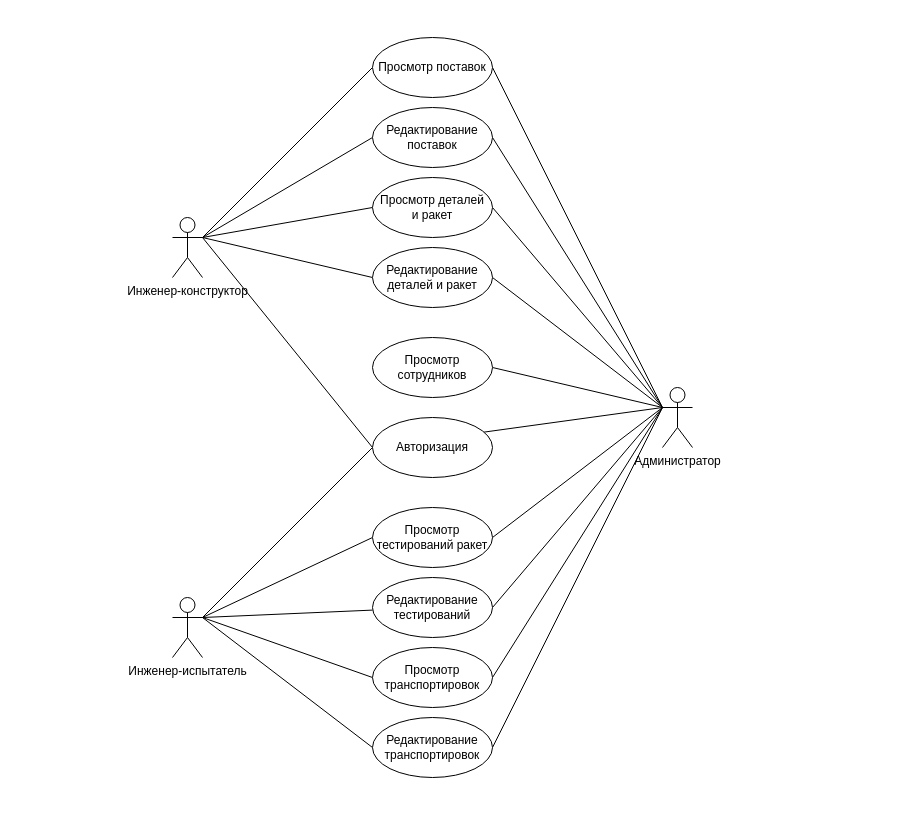
The draw.io diagram Схемы/UML-диаграмма.drawio in drmkrv/Zavod, before the edit. Source tidied: cells renumbered, new cells numbered last; positions are measured from the earlier drawing's top-left corner, leaving out a move shared by most shapes. Both pictures are drawn from the tidied source at 100%, with x=0, y=0 at pixel (172, 37).
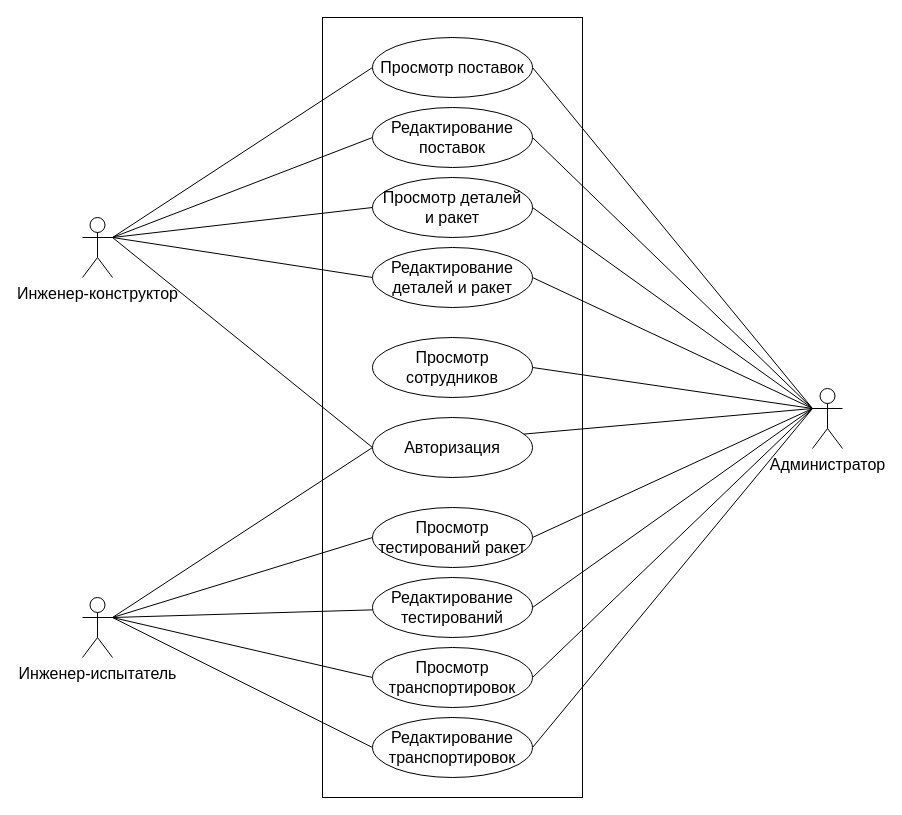
Above is the later version.

Diff of the diagram source:
```diff
@@
+    <mxCell id="35" style="rounded=0;whiteSpace=wrap;html=1;" parent="1" vertex="1">
+      <mxGeometry x="150" y="-20" width="260" height="780" as="geometry" />
+    </mxCell>
-    <mxCell id="2" style="rounded=0;jettySize=auto;html=1;exitX=0;exitY=0.3333333333333333;exitDx=0;exitDy=0;exitPerimeter=0;entryX=0;entryY=0.5;entryDx=0;entryDy=0;endArrow=none;startFill=0;" parent="1" edge="1" source="12" target="25">
+    <mxCell id="2" style="rounded=0;jettySize=auto;html=1;exitX=0;exitY=0.3333333333333333;exitDx=0;exitDy=0;exitPerimeter=0;entryX=0;entryY=0.5;entryDx=0;entryDy=0;endArrow=none;startFill=0;fontSize=16;" parent="1" edge="1" source="12" target="25">
       <mxGeometry relative="1" as="geometry" />
     </mxCell>
-    <mxCell id="3" style="rounded=0;jettySize=auto;html=1;exitX=0;exitY=0.3333333333333333;exitDx=0;exitDy=0;exitPerimeter=0;entryX=1;entryY=0.5;entryDx=0;entryDy=0;endArrow=none;startFill=0;" parent="1" edge="1" source="12" target="26">
+    <mxCell id="3" style="rounded=0;jettySize=auto;html=1;exitX=0;exitY=0.3333333333333333;exitDx=0;exitDy=0;exitPerimeter=0;entryX=1;entryY=0.5;entryDx=0;entryDy=0;endArrow=none;startFill=0;fontSize=16;" parent="1" edge="1" source="12" target="26">
       <mxGeometry relative="1" as="geometry" />
     </mxCell>
-    <mxCell id="4" style="rounded=0;jettySize=auto;html=1;exitX=0;exitY=0.3333333333333333;exitDx=0;exitDy=0;exitPerimeter=0;entryX=1;entryY=0.5;entryDx=0;entryDy=0;endArrow=none;startFill=0;" parent="1" edge="1" source="12" target="27">
+    <mxCell id="4" style="rounded=0;jettySize=auto;html=1;exitX=0;exitY=0.3333333333333333;exitDx=0;exitDy=0;exitPerimeter=0;entryX=1;entryY=0.5;entryDx=0;entryDy=0;endArrow=none;startFill=0;fontSize=16;" parent="1" edge="1" source="12" target="27">
       <mxGeometry relative="1" as="geometry" />
     </mxCell>
-    <mxCell id="5" style="rounded=0;jettySize=auto;html=1;exitX=0;exitY=0.3333333333333333;exitDx=0;exitDy=0;exitPerimeter=0;entryX=1;entryY=0.5;entryDx=0;entryDy=0;endArrow=none;startFill=0;" parent="1" edge="1" source="12" target="28">
+    <mxCell id="5" style="rounded=0;jettySize=auto;html=1;exitX=0;exitY=0.3333333333333333;exitDx=0;exitDy=0;exitPerimeter=0;entryX=1;entryY=0.5;entryDx=0;entryDy=0;endArrow=none;startFill=0;fontSize=16;" parent="1" edge="1" source="12" target="28">
       <mxGeometry relative="1" as="geometry" />
     </mxCell>
-    <mxCell id="6" style="rounded=0;jettySize=auto;html=1;exitX=0;exitY=0.3333333333333333;exitDx=0;exitDy=0;exitPerimeter=0;entryX=1;entryY=0.5;entryDx=0;entryDy=0;endArrow=none;startFill=0;" parent="1" edge="1" source="12" target="29">
+    <mxCell id="6" style="rounded=0;jettySize=auto;html=1;exitX=0;exitY=0.3333333333333333;exitDx=0;exitDy=0;exitPerimeter=0;entryX=1;entryY=0.5;entryDx=0;entryDy=0;endArrow=none;startFill=0;fontSize=16;" parent="1" edge="1" source="12" target="29">
       <mxGeometry relative="1" as="geometry" />
     </mxCell>
-    <mxCell id="7" style="rounded=0;jettySize=auto;html=1;exitX=0;exitY=0.3333333333333333;exitDx=0;exitDy=0;exitPerimeter=0;entryX=1;entryY=0.5;entryDx=0;entryDy=0;endArrow=none;startFill=0;" parent="1" edge="1" source="12" target="30">
+    <mxCell id="7" style="rounded=0;jettySize=auto;html=1;exitX=0;exitY=0.3333333333333333;exitDx=0;exitDy=0;exitPerimeter=0;entryX=1;entryY=0.5;entryDx=0;entryDy=0;endArrow=none;startFill=0;fontSize=16;" parent="1" edge="1" source="12" target="30">
       <mxGeometry relative="1" as="geometry" />
     </mxCell>
-    <mxCell id="8" style="rounded=0;jettySize=auto;html=1;exitX=0;exitY=0.3333333333333333;exitDx=0;exitDy=0;exitPerimeter=0;entryX=1;entryY=0.5;entryDx=0;entryDy=0;endArrow=none;startFill=0;" parent="1" edge="1" source="12" target="31">
+    <mxCell id="8" style="rounded=0;jettySize=auto;html=1;exitX=0;exitY=0.3333333333333333;exitDx=0;exitDy=0;exitPerimeter=0;entryX=1;entryY=0.5;entryDx=0;entryDy=0;endArrow=none;startFill=0;fontSize=16;" parent="1" edge="1" source="12" target="31">
       <mxGeometry relative="1" as="geometry" />
     </mxCell>
-    <mxCell id="9" style="rounded=0;jettySize=auto;html=1;exitX=0;exitY=0.3333333333333333;exitDx=0;exitDy=0;exitPerimeter=0;entryX=1;entryY=0.5;entryDx=0;entryDy=0;endArrow=none;startFill=0;" parent="1" edge="1" source="12" target="32">
+    <mxCell id="9" style="rounded=0;jettySize=auto;html=1;exitX=0;exitY=0.3333333333333333;exitDx=0;exitDy=0;exitPerimeter=0;entryX=1;entryY=0.5;entryDx=0;entryDy=0;endArrow=none;startFill=0;fontSize=16;" parent="1" edge="1" source="12" target="32">
       <mxGeometry relative="1" as="geometry" />
     </mxCell>
-    <mxCell id="10" style="rounded=0;jettySize=auto;html=1;exitX=0;exitY=0.3333333333333333;exitDx=0;exitDy=0;exitPerimeter=0;entryX=1;entryY=0.5;entryDx=0;entryDy=0;endArrow=none;startFill=0;" parent="1" edge="1" source="12" target="33">
+    <mxCell id="10" style="rounded=0;jettySize=auto;html=1;exitX=0;exitY=0.3333333333333333;exitDx=0;exitDy=0;exitPerimeter=0;entryX=1;entryY=0.5;entryDx=0;entryDy=0;endArrow=none;startFill=0;fontSize=16;" parent="1" edge="1" source="12" target="33">
       <mxGeometry relative="1" as="geometry" />
     </mxCell>
-    <mxCell id="11" style="rounded=0;jettySize=auto;html=1;exitX=0;exitY=0.3333333333333333;exitDx=0;exitDy=0;exitPerimeter=0;entryX=1;entryY=0.5;entryDx=0;entryDy=0;endArrow=none;startFill=0;" parent="1" edge="1" source="12" target="34">
+    <mxCell id="11" style="rounded=0;jettySize=auto;html=1;exitX=0;exitY=0.3333333333333333;exitDx=0;exitDy=0;exitPerimeter=0;entryX=1;entryY=0.5;entryDx=0;entryDy=0;endArrow=none;startFill=0;fontSize=16;" parent="1" edge="1" source="12" target="34">
       <mxGeometry relative="1" as="geometry" />
     </mxCell>
-    <mxCell id="12" value="Администратор" style="shape=umlActor;verticalLabelPosition=bottom;verticalAlign=top;html=1;outlineConnect=0;" parent="1" vertex="1">
-      <mxGeometry x="490" y="350" width="30" height="60" as="geometry" />
+    <mxCell id="12" value="Администратор" style="shape=umlActor;verticalLabelPosition=bottom;verticalAlign=top;html=1;outlineConnect=0;fontSize=16;" parent="1" vertex="1">
+      <mxGeometry x="640" y="351" width="30" height="60" as="geometry" />
     </mxCell>
-    <mxCell id="13" style="rounded=0;jettySize=auto;html=1;exitX=1;exitY=0.3333333333333333;exitDx=0;exitDy=0;exitPerimeter=0;entryX=0;entryY=0.5;entryDx=0;entryDy=0;endArrow=none;startFill=0;" parent="1" edge="1" source="18" target="25">
+    <mxCell id="13" style="rounded=0;jettySize=auto;html=1;exitX=1;exitY=0.3333333333333333;exitDx=0;exitDy=0;exitPerimeter=0;entryX=0;entryY=0.5;entryDx=0;entryDy=0;endArrow=none;startFill=0;fontSize=16;" parent="1" edge="1" source="18" target="25">
       <mxGeometry relative="1" as="geometry" />
     </mxCell>
-    <mxCell id="14" style="rounded=0;jettySize=auto;html=1;exitX=1;exitY=0.3333333333333333;exitDx=0;exitDy=0;exitPerimeter=0;entryX=0;entryY=0.5;entryDx=0;entryDy=0;endArrow=none;startFill=0;" parent="1" edge="1" source="18" target="26">
+    <mxCell id="14" style="rounded=0;jettySize=auto;html=1;exitX=1;exitY=0.3333333333333333;exitDx=0;exitDy=0;exitPerimeter=0;entryX=0;entryY=0.5;entryDx=0;entryDy=0;endArrow=none;startFill=0;fontSize=16;" parent="1" edge="1" source="18" target="26">
       <mxGeometry relative="1" as="geometry" />
     </mxCell>
-    <mxCell id="15" style="rounded=0;jettySize=auto;html=1;exitX=1;exitY=0.3333333333333333;exitDx=0;exitDy=0;exitPerimeter=0;entryX=0;entryY=0.5;entryDx=0;entryDy=0;endArrow=none;startFill=0;" parent="1" edge="1" source="18" target="27">
+    <mxCell id="15" style="rounded=0;jettySize=auto;html=1;exitX=1;exitY=0.3333333333333333;exitDx=0;exitDy=0;exitPerimeter=0;entryX=0;entryY=0.5;entryDx=0;entryDy=0;endArrow=none;startFill=0;fontSize=16;" parent="1" edge="1" source="18" target="27">
       <mxGeometry relative="1" as="geometry" />
     </mxCell>
-    <mxCell id="16" style="rounded=0;jettySize=auto;html=1;exitX=1;exitY=0.3333333333333333;exitDx=0;exitDy=0;exitPerimeter=0;entryX=0;entryY=0.5;entryDx=0;entryDy=0;endArrow=none;startFill=0;" parent="1" edge="1" source="18" target="33">
+    <mxCell id="16" style="rounded=0;jettySize=auto;html=1;exitX=1;exitY=0.3333333333333333;exitDx=0;exitDy=0;exitPerimeter=0;entryX=0;entryY=0.5;entryDx=0;entryDy=0;endArrow=none;startFill=0;fontSize=16;" parent="1" edge="1" source="18" target="33">
       <mxGeometry relative="1" as="geometry" />
     </mxCell>
-    <mxCell id="17" style="rounded=0;jettySize=auto;html=1;exitX=1;exitY=0.3333333333333333;exitDx=0;exitDy=0;exitPerimeter=0;entryX=0;entryY=0.5;entryDx=0;entryDy=0;endArrow=none;startFill=0;" parent="1" edge="1" source="18" target="32">
+    <mxCell id="17" style="rounded=0;jettySize=auto;html=1;exitX=1;exitY=0.3333333333333333;exitDx=0;exitDy=0;exitPerimeter=0;entryX=0;entryY=0.5;entryDx=0;entryDy=0;endArrow=none;startFill=0;fontSize=16;" parent="1" edge="1" source="18" target="32">
       <mxGeometry relative="1" as="geometry" />
     </mxCell>
-    <mxCell id="18" value="Инженер-конструктор" style="shape=umlActor;verticalLabelPosition=bottom;verticalAlign=top;html=1;outlineConnect=0;" parent="1" vertex="1">
-      <mxGeometry y="180" width="30" height="60" as="geometry" />
+    <mxCell id="18" value="Инженер-конструктор" style="shape=umlActor;verticalLabelPosition=bottom;verticalAlign=top;html=1;outlineConnect=0;fontSize=16;" parent="1" vertex="1">
+      <mxGeometry x="-90" y="180" width="30" height="60" as="geometry" />
     </mxCell>
-    <mxCell id="19" style="rounded=0;jettySize=auto;html=1;exitX=1;exitY=0.3333333333333333;exitDx=0;exitDy=0;exitPerimeter=0;entryX=0;entryY=0.5;entryDx=0;entryDy=0;endArrow=none;startFill=0;" parent="1" edge="1" source="24" target="25">
+    <mxCell id="19" style="rounded=0;jettySize=auto;html=1;exitX=1;exitY=0.3333333333333333;exitDx=0;exitDy=0;exitPerimeter=0;entryX=0;entryY=0.5;entryDx=0;entryDy=0;endArrow=none;startFill=0;fontSize=16;" parent="1" edge="1" source="24" target="25">
       <mxGeometry relative="1" as="geometry" />
     </mxCell>
-    <mxCell id="20" style="rounded=0;jettySize=auto;html=1;exitX=1;exitY=0.3333333333333333;exitDx=0;exitDy=0;exitPerimeter=0;entryX=0;entryY=0.5;entryDx=0;entryDy=0;endArrow=none;startFill=0;" parent="1" edge="1" source="24" target="28">
+    <mxCell id="20" style="rounded=0;jettySize=auto;html=1;exitX=1;exitY=0.3333333333333333;exitDx=0;exitDy=0;exitPerimeter=0;entryX=0;entryY=0.5;entryDx=0;entryDy=0;endArrow=none;startFill=0;fontSize=16;" parent="1" edge="1" source="24" target="28">
       <mxGeometry relative="1" as="geometry" />
     </mxCell>
-    <mxCell id="21" style="rounded=0;jettySize=auto;html=1;exitX=1;exitY=0.3333333333333333;exitDx=0;exitDy=0;exitPerimeter=0;endArrow=none;startFill=0;" parent="1" edge="1" source="24" target="29">
+    <mxCell id="21" style="rounded=0;jettySize=auto;html=1;exitX=1;exitY=0.3333333333333333;exitDx=0;exitDy=0;exitPerimeter=0;endArrow=none;startFill=0;fontSize=16;" parent="1" edge="1" source="24" target="29">
       <mxGeometry relative="1" as="geometry" />
     </mxCell>
-    <mxCell id="22" style="rounded=0;jettySize=auto;html=1;exitX=1;exitY=0.3333333333333333;exitDx=0;exitDy=0;exitPerimeter=0;entryX=0;entryY=0.5;entryDx=0;entryDy=0;endArrow=none;startFill=0;" parent="1" edge="1" source="24" target="30">
+    <mxCell id="22" style="rounded=0;jettySize=auto;html=1;exitX=1;exitY=0.3333333333333333;exitDx=0;exitDy=0;exitPerimeter=0;entryX=0;entryY=0.5;entryDx=0;entryDy=0;endArrow=none;startFill=0;fontSize=16;" parent="1" edge="1" source="24" target="30">
       <mxGeometry relative="1" as="geometry" />
     </mxCell>
-    <mxCell id="23" style="rounded=0;jettySize=auto;html=1;exitX=1;exitY=0.3333333333333333;exitDx=0;exitDy=0;exitPerimeter=0;entryX=0;entryY=0.5;entryDx=0;entryDy=0;endArrow=none;startFill=0;" parent="1" edge="1" source="24" target="31">
+    <mxCell id="23" style="rounded=0;jettySize=auto;html=1;exitX=1;exitY=0.3333333333333333;exitDx=0;exitDy=0;exitPerimeter=0;entryX=0;entryY=0.5;entryDx=0;entryDy=0;endArrow=none;startFill=0;fontSize=16;" parent="1" edge="1" source="24" target="31">
       <mxGeometry relative="1" as="geometry" />
     </mxCell>
-    <mxCell id="24" value="Инженер-испытатель" style="shape=umlActor;verticalLabelPosition=bottom;verticalAlign=top;html=1;outlineConnect=0;" parent="1" vertex="1">
-      <mxGeometry y="560" width="30" height="60" as="geometry" />
+    <mxCell id="24" value="Инженер-испытатель" style="shape=umlActor;verticalLabelPosition=bottom;verticalAlign=top;html=1;outlineConnect=0;fontSize=16;" parent="1" vertex="1">
+      <mxGeometry x="-90" y="560" width="30" height="60" as="geometry" />
     </mxCell>
-    <mxCell id="25" value="Авторизация" style="ellipse;whiteSpace=wrap;html=1;" parent="1" vertex="1">
-      <mxGeometry x="200" y="380" width="120" height="60" as="geometry" />
+    <mxCell id="25" value="Авторизация" style="ellipse;whiteSpace=wrap;html=1;fontSize=16;" parent="1" vertex="1">
+      <mxGeometry x="200" y="380" width="160" height="60" as="geometry" />
     </mxCell>
-    <mxCell id="26" value="Просмотр деталей&lt;br&gt;и ракет" style="ellipse;whiteSpace=wrap;html=1;" parent="1" vertex="1">
-      <mxGeometry x="200" y="140" width="120" height="60" as="geometry" />
+    <mxCell id="26" value="Просмотр деталей&lt;br&gt;и ракет" style="ellipse;whiteSpace=wrap;html=1;fontSize=16;" parent="1" vertex="1">
+      <mxGeometry x="200" y="140" width="160" height="60" as="geometry" />
     </mxCell>
-    <mxCell id="27" value="Редактирование&lt;br&gt;деталей и ракет" style="ellipse;whiteSpace=wrap;html=1;" parent="1" vertex="1">
-      <mxGeometry x="200" y="210" width="120" height="60" as="geometry" />
+    <mxCell id="27" value="Редактирование&lt;br&gt;деталей и ракет" style="ellipse;whiteSpace=wrap;html=1;fontSize=16;" parent="1" vertex="1">
+      <mxGeometry x="200" y="210" width="160" height="60" as="geometry" />
     </mxCell>
-    <mxCell id="28" value="Просмотр тестирований ракет" style="ellipse;whiteSpace=wrap;html=1;" parent="1" vertex="1">
-      <mxGeometry x="200" y="470" width="120" height="60" as="geometry" />
+    <mxCell id="28" value="Просмотр тестирований ракет" style="ellipse;whiteSpace=wrap;html=1;fontSize=16;" parent="1" vertex="1">
+      <mxGeometry x="200" y="470" width="160" height="60" as="geometry" />
     </mxCell>
-    <mxCell id="29" value="Редактирование&lt;br&gt;тестирований" style="ellipse;whiteSpace=wrap;html=1;" parent="1" vertex="1">
-      <mxGeometry x="200" y="540" width="120" height="60" as="geometry" />
+    <mxCell id="29" value="Редактирование&lt;br&gt;тестирований" style="ellipse;whiteSpace=wrap;html=1;fontSize=16;" parent="1" vertex="1">
+      <mxGeometry x="200" y="540" width="160" height="60" as="geometry" />
     </mxCell>
-    <mxCell id="30" value="Просмотр транспортировок" style="ellipse;whiteSpace=wrap;html=1;" parent="1" vertex="1">
-      <mxGeometry x="200" y="610" width="120" height="60" as="geometry" />
+    <mxCell id="30" value="Просмотр транспортировок" style="ellipse;whiteSpace=wrap;html=1;fontSize=16;" parent="1" vertex="1">
+      <mxGeometry x="200" y="610" width="160" height="60" as="geometry" />
     </mxCell>
-    <mxCell id="31" value="Редактирование&lt;br&gt;транспортировок" style="ellipse;whiteSpace=wrap;html=1;" parent="1" vertex="1">
-      <mxGeometry x="200" y="680" width="120" height="60" as="geometry" />
+    <mxCell id="31" value="Редактирование&lt;br&gt;транспортировок" style="ellipse;whiteSpace=wrap;html=1;fontSize=16;" parent="1" vertex="1">
+      <mxGeometry x="200" y="680" width="160" height="60" as="geometry" />
     </mxCell>
-    <mxCell id="32" value="Просмотр поставок" style="ellipse;whiteSpace=wrap;html=1;" parent="1" vertex="1">
-      <mxGeometry x="200" width="120" height="60" as="geometry" />
+    <mxCell id="32" value="Просмотр поставок" style="ellipse;whiteSpace=wrap;html=1;fontSize=16;" parent="1" vertex="1">
+      <mxGeometry x="200" width="160" height="60" as="geometry" />
     </mxCell>
-    <mxCell id="33" value="Редактирование&lt;br&gt;поставок" style="ellipse;whiteSpace=wrap;html=1;" parent="1" vertex="1">
-      <mxGeometry x="200" y="70" width="120" height="60" as="geometry" />
+    <mxCell id="33" value="Редактирование&lt;br&gt;поставок" style="ellipse;whiteSpace=wrap;html=1;fontSize=16;" parent="1" vertex="1">
+      <mxGeometry x="200" y="70" width="160" height="60" as="geometry" />
     </mxCell>
-    <mxCell id="34" value="Просмотр сотрудников" style="ellipse;whiteSpace=wrap;html=1;" parent="1" vertex="1">
-      <mxGeometry x="200" y="300" width="120" height="60" as="geometry" />
+    <mxCell id="34" value="Просмотр сотрудников" style="ellipse;whiteSpace=wrap;html=1;fontSize=16;" parent="1" vertex="1">
+      <mxGeometry x="200" y="300" width="160" height="60" as="geometry" />
     </mxCell>
```
